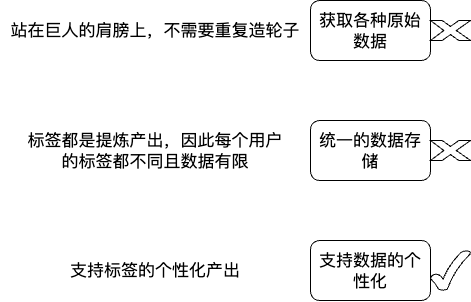
Before: 数据处理之方案选择.png, a diagram exported from draw.io (liujunao/draw-data). Source tidied: cells renumbered, new cells last; positions are measured from the earlier drawing's top-left corner, leaving out a move shared by most shapes.
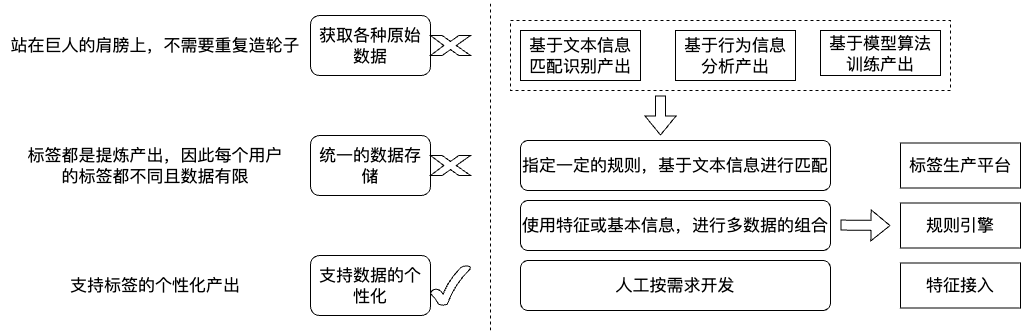
The same diagram one commit later.

Commit message:
更新数据处理之方案选择.png

Diff of the diagram source:
```diff
@@ -2,6 +2,9 @@
   <root>
     <mxCell id="0" />
     <mxCell id="1" parent="0" />
+    <mxCell id="11" style="rounded=0;whiteSpace=wrap;html=1;dashed=1;" parent="1" vertex="1">
+      <mxGeometry x="510" y="5" width="440" height="70" as="geometry" />
+    </mxCell>
     <mxCell id="2" value="&lt;font size=&quot;3&quot;&gt;统一的数据存储&lt;/font&gt;" style="rounded=1;whiteSpace=wrap;html=1;" parent="1" vertex="1">
       <mxGeometry x="310" y="120" width="120" height="60" as="geometry" />
     </mxCell>
@@ -29,5 +32,50 @@
     <mxCell id="10" style="verticalLabelPosition=bottom;verticalAlign=top;html=1;shape=mxgraph.basic.tick;" parent="1" vertex="1">
       <mxGeometry x="430" y="250" width="40" height="40" as="geometry" />
     </mxCell>
+    <mxCell id="12" value="&lt;font size=&quot;3&quot;&gt;基于文本信息&lt;br&gt;匹配识别产出&lt;br&gt;&lt;/font&gt;" style="rounded=0;whiteSpace=wrap;html=1;" parent="1" vertex="1">
+      <mxGeometry x="520" y="15" width="120" height="50" as="geometry" />
+    </mxCell>
+    <mxCell id="13" value="&lt;font size=&quot;3&quot;&gt;基于行为信息&lt;br&gt;分析产出&lt;br&gt;&lt;/font&gt;" style="rounded=0;whiteSpace=wrap;html=1;" parent="1" vertex="1">
+      <mxGeometry x="675" y="15" width="120" height="50" as="geometry" />
+    </mxCell>
+    <mxCell id="14" value="&lt;font size=&quot;3&quot;&gt;基于模型算法训练产出&lt;br&gt;&lt;/font&gt;" style="rounded=0;whiteSpace=wrap;html=1;" parent="1" vertex="1">
+      <mxGeometry x="820" y="15" width="120" height="45" as="geometry" />
+    </mxCell>
+    <mxCell id="15" value="&lt;font size=&quot;3&quot;&gt;指定一定的规则，基于文本信息进行匹配&lt;/font&gt;" style="rounded=1;whiteSpace=wrap;html=1;" parent="1" vertex="1">
+      <mxGeometry x="520" y="125" width="310" height="50" as="geometry" />
+    </mxCell>
+    <mxCell id="16" value="&lt;font size=&quot;3&quot;&gt;使用特征或基本信息，进行多数据的组合&lt;/font&gt;" style="rounded=1;whiteSpace=wrap;html=1;" parent="1" vertex="1">
+      <mxGeometry x="520" y="185" width="310" height="50" as="geometry" />
+    </mxCell>
+    <mxCell id="17" value="&lt;font size=&quot;3&quot;&gt;人工按需求开发&lt;/font&gt;" style="rounded=1;whiteSpace=wrap;html=1;" parent="1" vertex="1">
+      <mxGeometry x="520" y="245" width="310" height="50" as="geometry" />
+    </mxCell>
+    <mxCell id="18" style="endArrow=none;dashed=1;html=1;rounded=0;" parent="1" edge="1">
+      <mxGeometry relative="1" as="geometry">
+        <mxPoint x="490" y="315" as="sourcePoint" />
+        <mxPoint x="490" y="-15" as="targetPoint" />
+      </mxGeometry>
+    </mxCell>
+    <mxCell id="19" style="shape=flexArrow;endArrow=classic;html=1;rounded=0;entryX=0.5;entryY=0;entryDx=0;entryDy=0;" parent="1" edge="1">
+      <mxGeometry relative="1" as="geometry">
+        <mxPoint x="660" y="80" as="sourcePoint" />
+        <mxPoint x="660" y="120" as="targetPoint" />
+      </mxGeometry>
+    </mxCell>
+    <mxCell id="20" value="&lt;font size=&quot;3&quot;&gt;标签生产平台&lt;/font&gt;" style="rounded=0;whiteSpace=wrap;html=1;" parent="1" vertex="1">
+      <mxGeometry x="900" y="127.5" width="120" height="45" as="geometry" />
+    </mxCell>
+    <mxCell id="21" value="&lt;font size=&quot;3&quot;&gt;规则引擎&lt;/font&gt;" style="rounded=0;whiteSpace=wrap;html=1;" parent="1" vertex="1">
+      <mxGeometry x="900" y="187.5" width="120" height="45" as="geometry" />
+    </mxCell>
+    <mxCell id="22" value="&lt;font size=&quot;3&quot;&gt;特征接入&lt;/font&gt;" style="rounded=0;whiteSpace=wrap;html=1;" parent="1" vertex="1">
+      <mxGeometry x="900" y="247.5" width="120" height="45" as="geometry" />
+    </mxCell>
+    <mxCell id="23" style="shape=flexArrow;endArrow=classic;html=1;rounded=0;" parent="1" edge="1">
+      <mxGeometry relative="1" as="geometry">
+        <mxPoint x="840" y="209.6" as="sourcePoint" />
+        <mxPoint x="890" y="210.1" as="targetPoint" />
+      </mxGeometry>
+    </mxCell>
   </root>
 </mxGraphModel>
```
